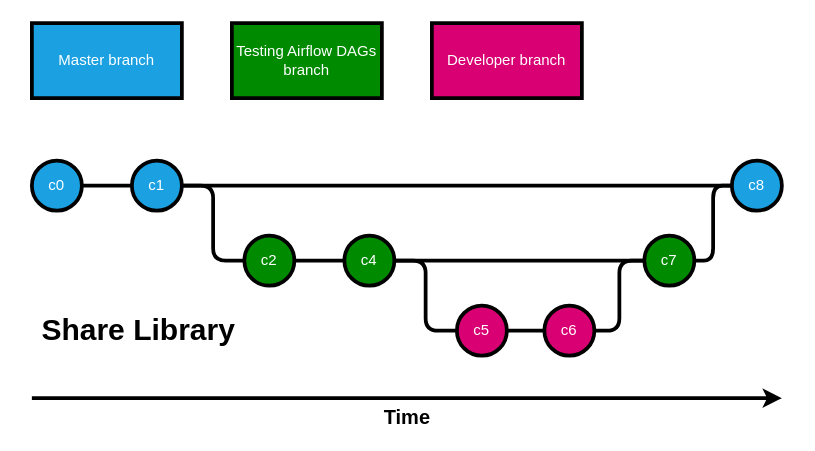
This is Git Flow Share library Diagram.drawio from Anch9999/web-playground, a draw.io file, before an edit. Source tidied: cells renumbered, new cells numbered last; positions are measured from the earlier drawing's top-left corner, leaving out a move shared by most shapes. Both pictures are drawn from the tidied source at 125%, with x=0, y=0 at pixel (31, 22).
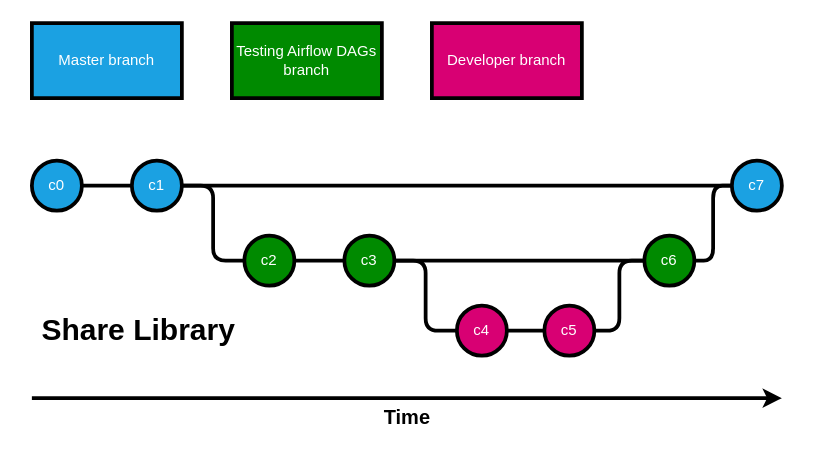
The same page after the edit.

Change to the diagram source:
```diff
@@
-    <mxCell id="8" value="c8" style="ellipse;whiteSpace=wrap;html=1;strokeColor=#000000;strokeWidth=3;fillColor=#1ba1e2;fontColor=#ffffff;" parent="1" vertex="1">
+    <mxCell id="8" value="c7" style="ellipse;whiteSpace=wrap;html=1;strokeColor=#000000;strokeWidth=3;fillColor=#1ba1e2;fontColor=#ffffff;" parent="1" vertex="1">
       <mxGeometry x="560" y="110" width="40" height="40" as="geometry" />
     </mxCell>
@@
-    <mxCell id="12" value="c4" style="ellipse;whiteSpace=wrap;html=1;fillColor=#008a00;strokeColor=#000000;fontColor=#ffffff;strokeWidth=3;" parent="1" vertex="1">
+    <mxCell id="12" value="c3" style="ellipse;whiteSpace=wrap;html=1;fillColor=#008a00;strokeColor=#000000;fontColor=#ffffff;strokeWidth=3;" parent="1" vertex="1">
       <mxGeometry x="250" y="170" width="40" height="40" as="geometry" />
     </mxCell>
@@
-    <mxCell id="14" value="c5" style="ellipse;whiteSpace=wrap;html=1;fillColor=#d80073;strokeColor=#000000;fontColor=#ffffff;strokeWidth=3;" parent="1" vertex="1">
+    <mxCell id="14" value="c4" style="ellipse;whiteSpace=wrap;html=1;fillColor=#d80073;strokeColor=#000000;fontColor=#ffffff;strokeWidth=3;" parent="1" vertex="1">
       <mxGeometry x="340" y="226" width="40" height="40" as="geometry" />
     </mxCell>
-    <mxCell id="15" value="c6" style="ellipse;whiteSpace=wrap;html=1;fillColor=#d80073;strokeColor=#000000;fontColor=#ffffff;strokeWidth=3;" parent="1" vertex="1">
+    <mxCell id="15" value="c5" style="ellipse;whiteSpace=wrap;html=1;fillColor=#d80073;strokeColor=#000000;fontColor=#ffffff;strokeWidth=3;" parent="1" vertex="1">
       <mxGeometry x="410" y="226" width="40" height="40" as="geometry" />
     </mxCell>
-    <mxCell id="16" value="c7" style="ellipse;whiteSpace=wrap;html=1;fillColor=#008a00;strokeColor=#000000;fontColor=#ffffff;strokeWidth=3;" parent="1" vertex="1">
+    <mxCell id="16" value="c6" style="ellipse;whiteSpace=wrap;html=1;fillColor=#008a00;strokeColor=#000000;fontColor=#ffffff;strokeWidth=3;" parent="1" vertex="1">
       <mxGeometry x="490" y="170" width="40" height="40" as="geometry" />
     </mxCell>
```
